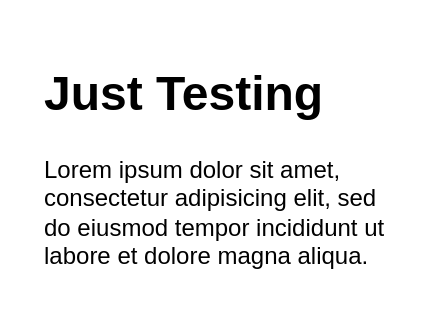
Above: Operator Dev DataBase.drawio in LiuJin1203/graph (draw.io), before the change. Source tidied: cells renumbered, new cells numbered last; positions are measured from the earlier drawing's top-left corner, leaving out a move shared by most shapes. Both pictures are drawn from the tidied source at 200%, with x=0, y=0 at pixel (34, 54).
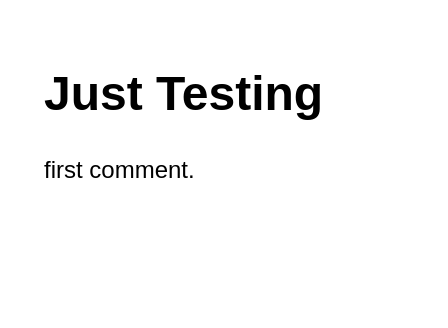
After the change.

Change to the diagram source:
```diff
@@
 <mxGraphModel>
   <root>
     <mxCell id="0" />
     <mxCell id="1" parent="0" />
-    <mxCell id="2" value="&lt;h1&gt;Just Testing&lt;/h1&gt;&lt;p&gt;Lorem ipsum dolor sit amet, consectetur adipisicing elit, sed do eiusmod tempor incididunt ut labore et dolore magna aliqua.&lt;/p&gt;" style="text;html=1;strokeColor=none;fillColor=none;spacing=5;spacingTop=-20;whiteSpace=wrap;overflow=hidden;rounded=0;" parent="1" vertex="1">
+    <mxCell id="2" value="&lt;h1&gt;Just Testing&lt;/h1&gt;&lt;p&gt;first comment.&lt;/p&gt;" style="text;html=1;strokeColor=none;fillColor=none;spacing=5;spacingTop=-20;whiteSpace=wrap;overflow=hidden;rounded=0;" parent="1" vertex="1">
       <mxGeometry width="190" height="120" as="geometry" />
     </mxCell>
   </root>
 </mxGraphModel>
```
